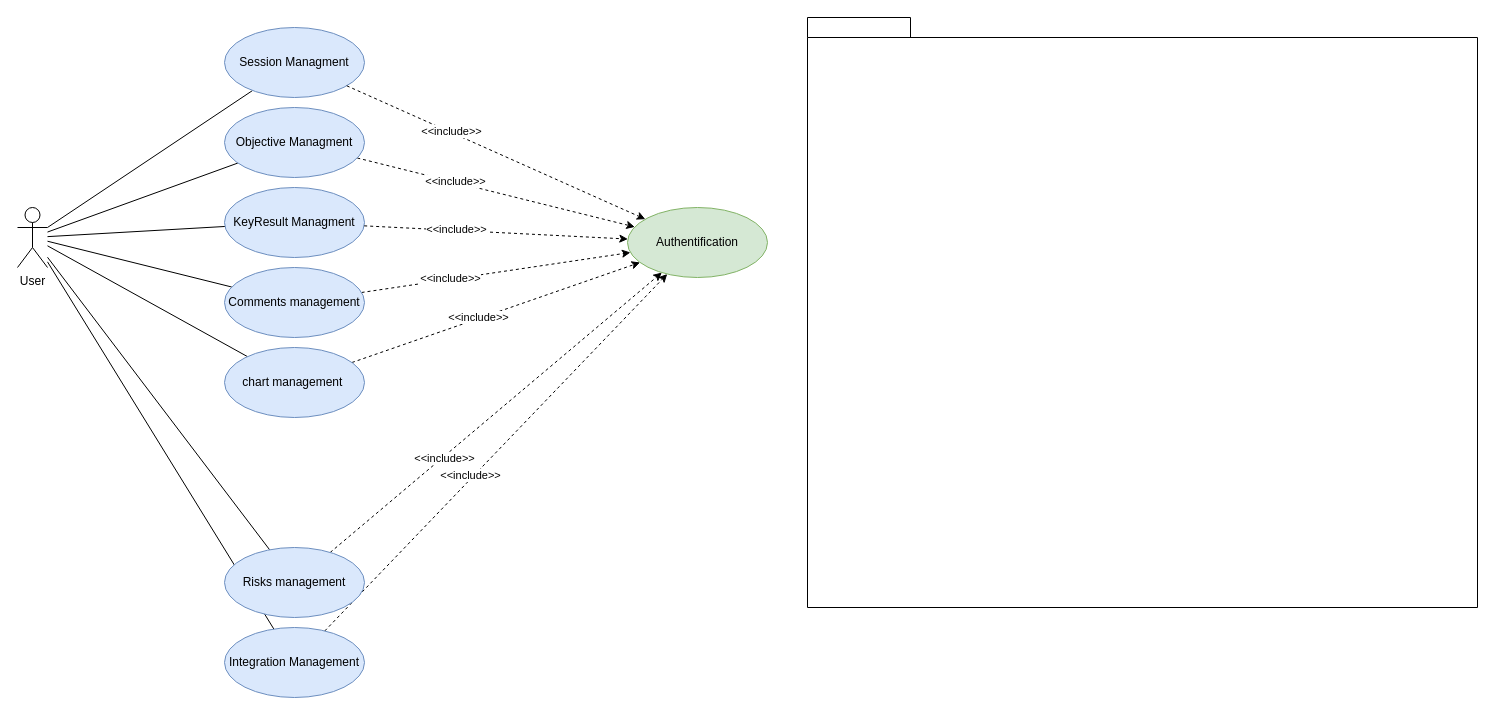
Before: page "Global" (1 of 3) of UseCase_Diagram.drawio in KhFendri/OKR_UML, a draw.io diagram. Source tidied: cells renumbered, new cells numbered last; positions are measured from the earlier drawing's top-left corner, leaving out a move shared by most shapes. Both pictures are drawn from the tidied source at 100%, with x=0, y=0 at pixel (17, 17).
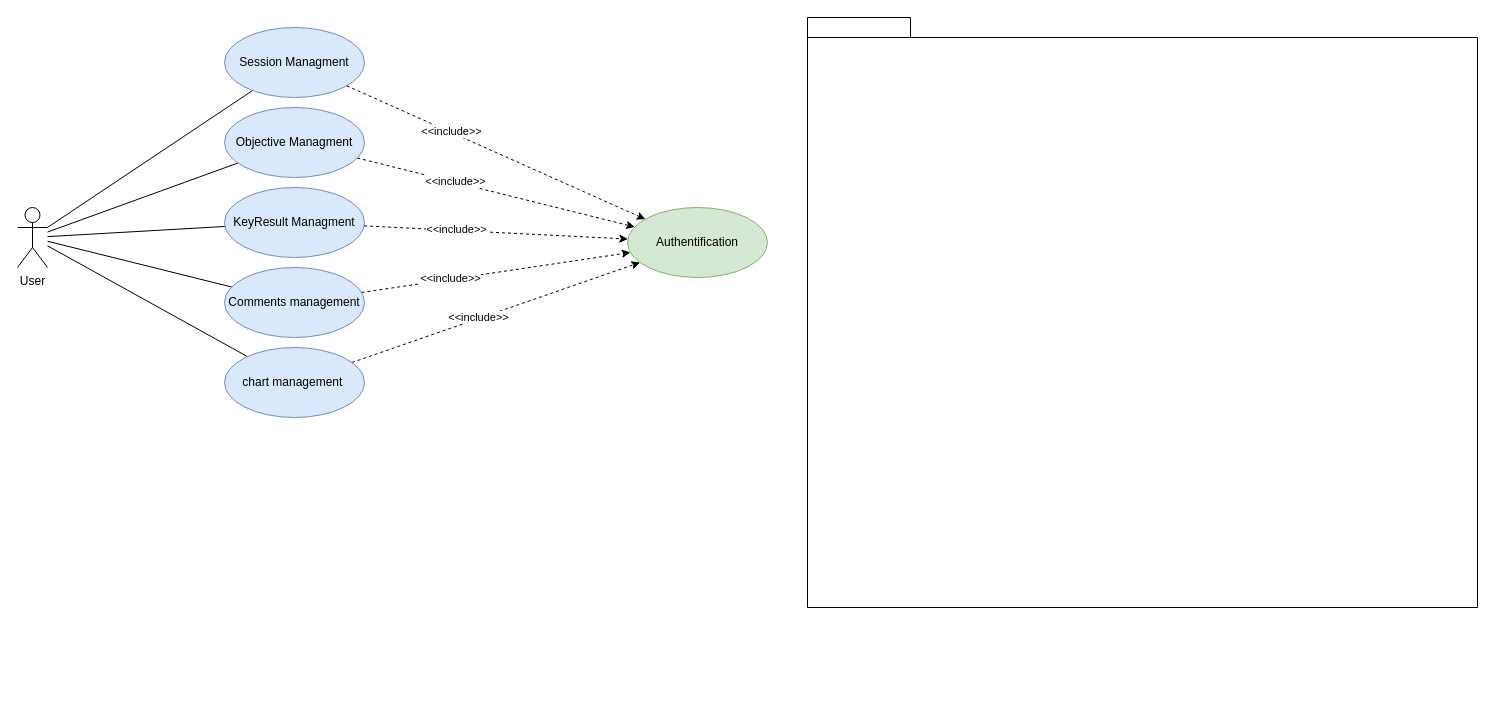
Above is the later version.

The change refers to these unchanged cells:
```xml
<mxCell id="8" value="User" style="shape=umlActor;verticalLabelPosition=bottom;verticalAlign=top;html=1;" parent="1" vertex="1">
  <mxGeometry y="190" width="30" height="60" as="geometry" />
</mxCell>
<mxCell id="18" value="Authentification" style="ellipse;whiteSpace=wrap;html=1;fillColor=#d5e8d4;strokeColor=#82b366;" parent="1" vertex="1">
  <mxGeometry x="610" y="190" width="140" height="70" as="geometry" />
</mxCell>
```

Diff of the diagram source:
```diff
@@
-    <mxCell id="9" value="&lt;span style=&quot;color: rgb(0 , 0 , 0) ; font-family: &amp;#34;helvetica&amp;#34; ; font-size: 11px ; font-style: normal ; font-weight: 400 ; letter-spacing: normal ; text-align: center ; text-indent: 0px ; text-transform: none ; word-spacing: 0px ; background-color: rgb(255 , 255 , 255) ; display: inline ; float: none&quot;&gt;&amp;lt;&amp;lt;include&amp;gt;&amp;gt;&lt;/span&gt;" style="edgeStyle=none;html=1;dashed=1;" parent="1" edge="1" source="11" target="18">
-      <mxGeometry x="-0.14" y="3" relative="1" as="geometry" />
-    </mxCell>
-    <mxCell id="10" style="edgeStyle=none;html=1;endArrow=none;endFill=0;" parent="1" edge="1" source="11" target="8">
-      <mxGeometry relative="1" as="geometry" />
-    </mxCell>
-    <mxCell id="11" value="Integration Management" style="ellipse;whiteSpace=wrap;html=1;fillColor=#dae8fc;strokeColor=#6c8ebf;" parent="1" vertex="1">
-      <mxGeometry x="207" y="610" width="140" height="70" as="geometry" />
-    </mxCell>
@@
-    <mxCell id="15" style="edgeStyle=none;html=1;dashed=1;" parent="1" edge="1" source="29" target="18">
-      <mxGeometry relative="1" as="geometry" />
-    </mxCell>
-    <mxCell id="16" value="&amp;lt;&amp;lt;include&amp;gt;&amp;gt;" style="edgeLabel;html=1;align=center;verticalAlign=middle;" parent="15" vertex="1">
-      <mxGeometry x="-0.32" y="-1" relative="1" as="geometry" />
-    </mxCell>
-    <mxCell id="17" style="edgeStyle=none;html=1;endArrow=none;endFill=0;" parent="1" edge="1" source="29" target="8">
-      <mxGeometry relative="1" as="geometry" />
-    </mxCell>
@@
-    <mxCell id="29" value="Risks management" style="ellipse;whiteSpace=wrap;html=1;fillColor=#dae8fc;strokeColor=#6c8ebf;" parent="1" vertex="1">
-      <mxGeometry x="207" y="530" width="140" height="70" as="geometry" />
-    </mxCell>
```
